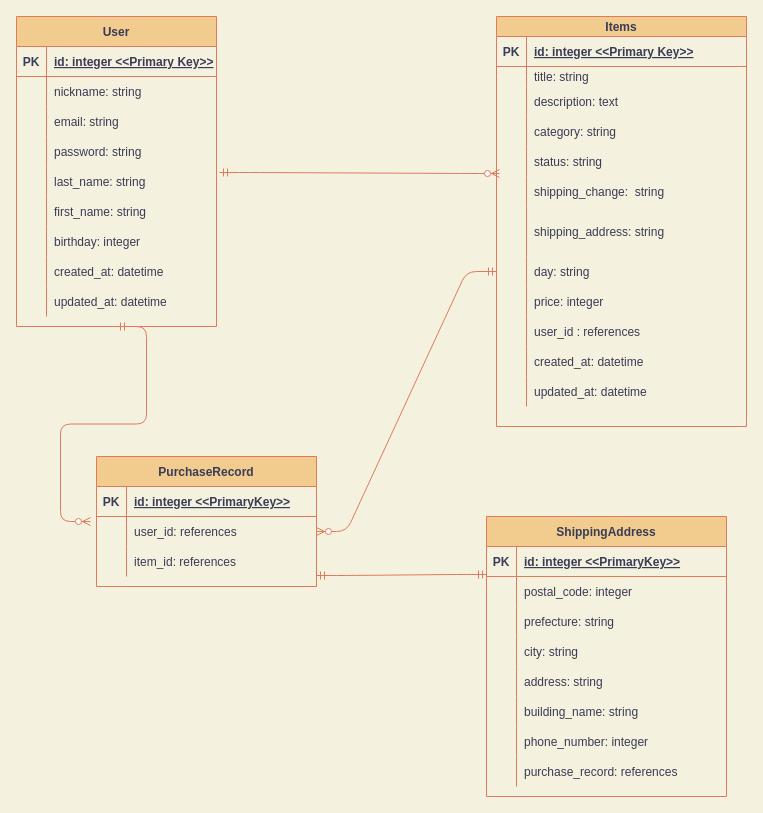
HIRONOBU-NAKAMURA/furima-34785 keeps this draw.io diagram as furima.dio. Above is the earlier version. Source tidied: cells renumbered, new cells numbered last; positions are measured from the earlier drawing's top-left corner, leaving out a move shared by most shapes. Both pictures are drawn from the tidied source at 100%, with x=0, y=0 at pixel (16, 16).
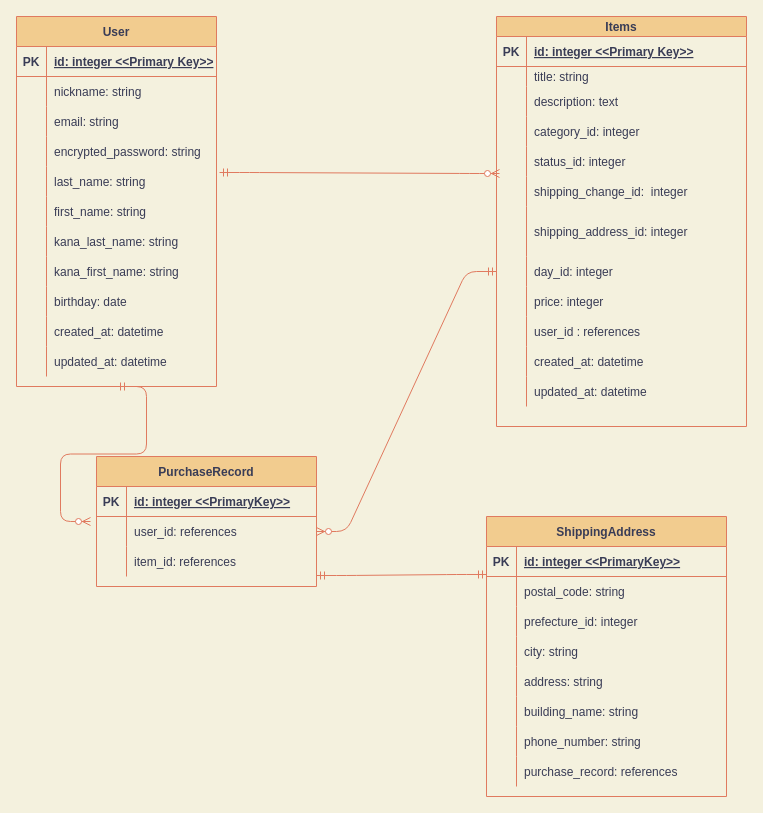
The same diagram, later.

Commit message (it also covers changes not shown here):
修正しました

The change refers to these unchanged cells:
```xml
<mxCell id="12" style="shape=partialRectangle;fillColor=none;top=0;left=0;bottom=0;right=0;strokeColor=#E07A5F;fontColor=#393C56;" parent="2" vertex="1">
  <mxGeometry y="120" width="200" height="30" as="geometry" />
</mxCell>
<mxCell id="40" style="shape=partialRectangle;fillColor=none;top=0;left=0;bottom=0;right=0;strokeColor=#E07A5F;fontColor=#393C56;" parent="30" vertex="1">
  <mxGeometry y="100" width="250" height="30" as="geometry" />
</mxCell>
<mxCell id="43" style="shape=partialRectangle;fillColor=none;top=0;left=0;bottom=0;right=0;strokeColor=#E07A5F;fontColor=#393C56;" parent="30" vertex="1">
  <mxGeometry y="130" width="250" height="30" as="geometry" />
</mxCell>
<mxCell id="46" style="shape=partialRectangle;fillColor=none;top=0;left=0;bottom=0;right=0;points=[[0,0.5],[1,0.5]];portConstraint=eastwest;strokeColor=#E07A5F;fontColor=#393C56;" parent="30" vertex="1">
  <mxGeometry y="160" width="250" height="30" as="geometry" />
</mxCell>
<mxCell id="49" style="shape=partialRectangle;fillColor=none;top=0;left=0;bottom=0;right=0;strokeColor=#E07A5F;fontColor=#393C56;" parent="30" vertex="1">
  <mxGeometry y="190" width="250" height="50" as="geometry" />
</mxCell>
<mxCell id="52" style="shape=partialRectangle;fillColor=none;top=0;left=0;bottom=0;right=0;points=[[0,0.5],[1,0.5]];portConstraint=eastwest;strokeColor=#E07A5F;fontColor=#393C56;" parent="30" vertex="1">
  <mxGeometry y="240" width="250" height="30" as="geometry" />
</mxCell>
<mxCell id="82" style="shape=partialRectangle;fillColor=none;top=0;left=0;bottom=0;right=0;points=[[0,0.5],[1,0.5]];portConstraint=eastwest;strokeColor=#E07A5F;fontColor=#393C56;" parent="78" vertex="1">
  <mxGeometry y="60" width="240" height="30" as="geometry" />
</mxCell>
<mxCell id="85" style="shape=partialRectangle;fillColor=none;top=0;left=0;bottom=0;right=0;strokeColor=#E07A5F;fontColor=#393C56;" parent="78" vertex="1">
  <mxGeometry y="90" width="240" height="30" as="geometry" />
</mxCell>
<mxCell id="97" style="shape=partialRectangle;fillColor=none;top=0;left=0;bottom=0;right=0;strokeColor=#E07A5F;fontColor=#393C56;" parent="78" vertex="1">
  <mxGeometry y="210" width="240" height="30" as="geometry" />
</mxCell>
```

The edit, as a diff of the source:
```diff
@@
     <mxCell id="2" value="User" style="shape=table;startSize=30;childLayout=tableLayout;rowLines=0;fontStyle=1;align=center;fillColor=#F2CC8F;strokeColor=#E07A5F;fontColor=#393C56;" parent="1" vertex="1">
-      <mxGeometry width="200" height="310" as="geometry" />
+      <mxGeometry width="200" height="370" as="geometry" />
     </mxCell>
@@
-    <mxCell id="14" value="password: string" style="shape=partialRectangle;fillColor=none;top=0;left=0;bottom=0;right=0;align=left;spacingLeft=6;overflow=hidden;strokeColor=#E07A5F;fontColor=#393C56;" parent="12" vertex="1">
+    <mxCell id="14" value="encrypted_password: string" style="shape=partialRectangle;fillColor=none;top=0;left=0;bottom=0;right=0;align=left;spacingLeft=6;overflow=hidden;strokeColor=#E07A5F;fontColor=#393C56;" parent="12" vertex="1">
       <mxGeometry x="30" width="170" height="30" as="geometry" />
     </mxCell>
@@
+    <mxCell id="106" style="shape=partialRectangle;fillColor=none;top=0;left=0;bottom=0;right=0;strokeColor=#E07A5F;fontColor=#393C56;" parent="2" vertex="1">
+      <mxGeometry y="210" width="200" height="30" as="geometry" />
+    </mxCell>
+    <mxCell id="107" style="shape=partialRectangle;fillColor=none;top=0;left=0;bottom=0;right=0;overflow=hidden;strokeColor=#E07A5F;fontColor=#393C56;" parent="106" vertex="1">
+      <mxGeometry width="30" height="30" as="geometry" />
+    </mxCell>
+    <mxCell id="108" value="kana_last_name: string" style="shape=partialRectangle;fillColor=none;top=0;left=0;bottom=0;right=0;align=left;spacingLeft=6;overflow=hidden;strokeColor=#E07A5F;fontColor=#393C56;" parent="106" vertex="1">
+      <mxGeometry x="30" width="170" height="30" as="geometry" />
+    </mxCell>
+    <mxCell id="109" style="shape=partialRectangle;fillColor=none;top=0;left=0;bottom=0;right=0;strokeColor=#E07A5F;fontColor=#393C56;" parent="2" vertex="1">
+      <mxGeometry y="240" width="200" height="30" as="geometry" />
+    </mxCell>
+    <mxCell id="110" style="shape=partialRectangle;fillColor=none;top=0;left=0;bottom=0;right=0;overflow=hidden;strokeColor=#E07A5F;fontColor=#393C56;" parent="109" vertex="1">
+      <mxGeometry width="30" height="30" as="geometry" />
+    </mxCell>
+    <mxCell id="111" value="kana_first_name: string" style="shape=partialRectangle;fillColor=none;top=0;left=0;bottom=0;right=0;align=left;spacingLeft=6;overflow=hidden;strokeColor=#E07A5F;fontColor=#393C56;" parent="109" vertex="1">
+      <mxGeometry x="30" width="170" height="30" as="geometry" />
+    </mxCell>
     <mxCell id="21" style="shape=partialRectangle;fillColor=none;top=0;left=0;bottom=0;right=0;strokeColor=#E07A5F;fontColor=#393C56;" parent="2" vertex="1">
-      <mxGeometry y="210" width="200" height="30" as="geometry" />
+      <mxGeometry y="270" width="200" height="30" as="geometry" />
     </mxCell>
@@
-    <mxCell id="23" value="birthday: integer" style="shape=partialRectangle;fillColor=none;top=0;left=0;bottom=0;right=0;align=left;spacingLeft=6;overflow=hidden;strokeColor=#E07A5F;fontColor=#393C56;" parent="21" vertex="1">
+    <mxCell id="23" value="birthday: date" style="shape=partialRectangle;fillColor=none;top=0;left=0;bottom=0;right=0;align=left;spacingLeft=6;overflow=hidden;strokeColor=#E07A5F;fontColor=#393C56;" parent="21" vertex="1">
       <mxGeometry x="30" width="170" height="30" as="geometry" />
     </mxCell>
     <mxCell id="24" style="shape=partialRectangle;fillColor=none;top=0;left=0;bottom=0;right=0;strokeColor=#E07A5F;fontColor=#393C56;" parent="2" vertex="1">
-      <mxGeometry y="240" width="200" height="30" as="geometry" />
+      <mxGeometry y="300" width="200" height="30" as="geometry" />
     </mxCell>
@@
     <mxCell id="27" style="shape=partialRectangle;fillColor=none;top=0;left=0;bottom=0;right=0;strokeColor=#E07A5F;fontColor=#393C56;" parent="2" vertex="1">
-      <mxGeometry y="270" width="200" height="30" as="geometry" />
+      <mxGeometry y="330" width="200" height="30" as="geometry" />
     </mxCell>
@@
-    <mxCell id="42" value="category: string" style="shape=partialRectangle;fillColor=none;top=0;left=0;bottom=0;right=0;align=left;spacingLeft=6;overflow=hidden;strokeColor=#E07A5F;fontColor=#393C56;" parent="40" vertex="1">
+    <mxCell id="42" value="category_id: integer" style="shape=partialRectangle;fillColor=none;top=0;left=0;bottom=0;right=0;align=left;spacingLeft=6;overflow=hidden;strokeColor=#E07A5F;fontColor=#393C56;" parent="40" vertex="1">
       <mxGeometry x="30" width="220" height="30" as="geometry" />
     </mxCell>
@@
-    <mxCell id="45" value="status: string" style="shape=partialRectangle;fillColor=none;top=0;left=0;bottom=0;right=0;align=left;spacingLeft=6;overflow=hidden;strokeColor=#E07A5F;fontColor=#393C56;" parent="43" vertex="1">
+    <mxCell id="45" value="status_id: integer" style="shape=partialRectangle;fillColor=none;top=0;left=0;bottom=0;right=0;align=left;spacingLeft=6;overflow=hidden;strokeColor=#E07A5F;fontColor=#393C56;" parent="43" vertex="1">
       <mxGeometry x="30" width="220" height="30" as="geometry" />
     </mxCell>
@@
-    <mxCell id="48" value="shipping_change:  string" style="shape=partialRectangle;fillColor=none;top=0;left=0;bottom=0;right=0;align=left;spacingLeft=6;overflow=hidden;strokeColor=#E07A5F;fontColor=#393C56;" parent="46" vertex="1">
+    <mxCell id="48" value="shipping_change_id:  integer" style="shape=partialRectangle;fillColor=none;top=0;left=0;bottom=0;right=0;align=left;spacingLeft=6;overflow=hidden;strokeColor=#E07A5F;fontColor=#393C56;" parent="46" vertex="1">
       <mxGeometry x="30" width="220" height="30" as="geometry" />
     </mxCell>
@@
-    <mxCell id="51" value="shipping_address: string" style="shape=partialRectangle;fillColor=none;top=0;left=0;bottom=0;right=0;align=left;spacingLeft=6;overflow=hidden;strokeColor=#E07A5F;fontColor=#393C56;" parent="49" vertex="1">
+    <mxCell id="51" value="shipping_address_id: integer" style="shape=partialRectangle;fillColor=none;top=0;left=0;bottom=0;right=0;align=left;spacingLeft=6;overflow=hidden;strokeColor=#E07A5F;fontColor=#393C56;" parent="49" vertex="1">
       <mxGeometry x="30" width="220" height="50" as="geometry" />
     </mxCell>
@@
-    <mxCell id="54" value="day: string" style="shape=partialRectangle;fillColor=none;top=0;left=0;bottom=0;right=0;align=left;spacingLeft=6;overflow=hidden;strokeColor=#E07A5F;fontColor=#393C56;" parent="52" vertex="1">
+    <mxCell id="54" value="day_id: integer" style="shape=partialRectangle;fillColor=none;top=0;left=0;bottom=0;right=0;align=left;spacingLeft=6;overflow=hidden;strokeColor=#E07A5F;fontColor=#393C56;" parent="52" vertex="1">
       <mxGeometry x="30" width="220" height="30" as="geometry" />
     </mxCell>
@@
-    <mxCell id="84" value="postal_code: integer" style="shape=partialRectangle;fillColor=none;top=0;left=0;bottom=0;right=0;align=left;spacingLeft=6;overflow=hidden;strokeColor=#E07A5F;fontColor=#393C56;" parent="82" vertex="1">
+    <mxCell id="84" value="postal_code: string" style="shape=partialRectangle;fillColor=none;top=0;left=0;bottom=0;right=0;align=left;spacingLeft=6;overflow=hidden;strokeColor=#E07A5F;fontColor=#393C56;" parent="82" vertex="1">
       <mxGeometry x="30" width="210" height="30" as="geometry" />
     </mxCell>
@@
-    <mxCell id="87" value="prefecture: string" style="shape=partialRectangle;fillColor=none;top=0;left=0;bottom=0;right=0;align=left;spacingLeft=6;overflow=hidden;strokeColor=#E07A5F;fontColor=#393C56;" parent="85" vertex="1">
+    <mxCell id="87" value="prefecture_id: integer" style="shape=partialRectangle;fillColor=none;top=0;left=0;bottom=0;right=0;align=left;spacingLeft=6;overflow=hidden;strokeColor=#E07A5F;fontColor=#393C56;" parent="85" vertex="1">
       <mxGeometry x="30" width="210" height="30" as="geometry" />
     </mxCell>
@@
-    <mxCell id="99" value="phone_number: integer" style="shape=partialRectangle;fillColor=none;top=0;left=0;bottom=0;right=0;align=left;spacingLeft=6;overflow=hidden;strokeColor=#E07A5F;fontColor=#393C56;" parent="97" vertex="1">
+    <mxCell id="99" value="phone_number: string" style="shape=partialRectangle;fillColor=none;top=0;left=0;bottom=0;right=0;align=left;spacingLeft=6;overflow=hidden;strokeColor=#E07A5F;fontColor=#393C56;" parent="97" vertex="1">
       <mxGeometry x="30" width="210" height="30" as="geometry" />
     </mxCell>
```
